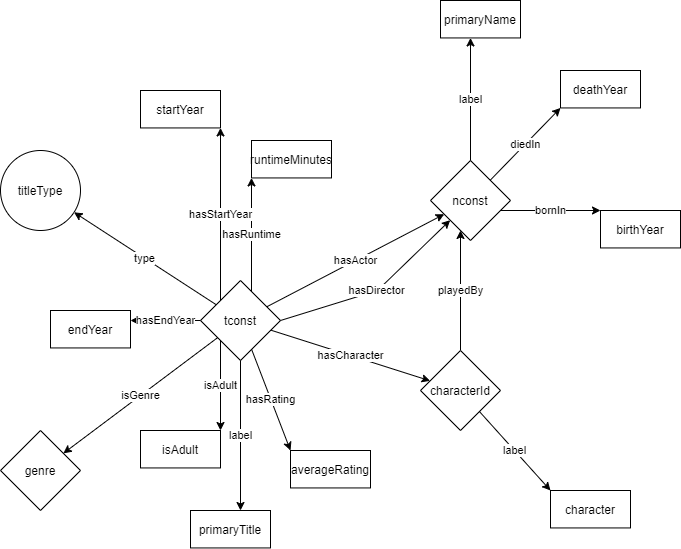
Before: converted_data/images/overview.png, a diagram exported from draw.io (AlexHoorn/MovieLocationsOntology). Source tidied: cells renumbered, new cells last; positions are measured from the earlier drawing's top-left corner, leaving out a move shared by most shapes.
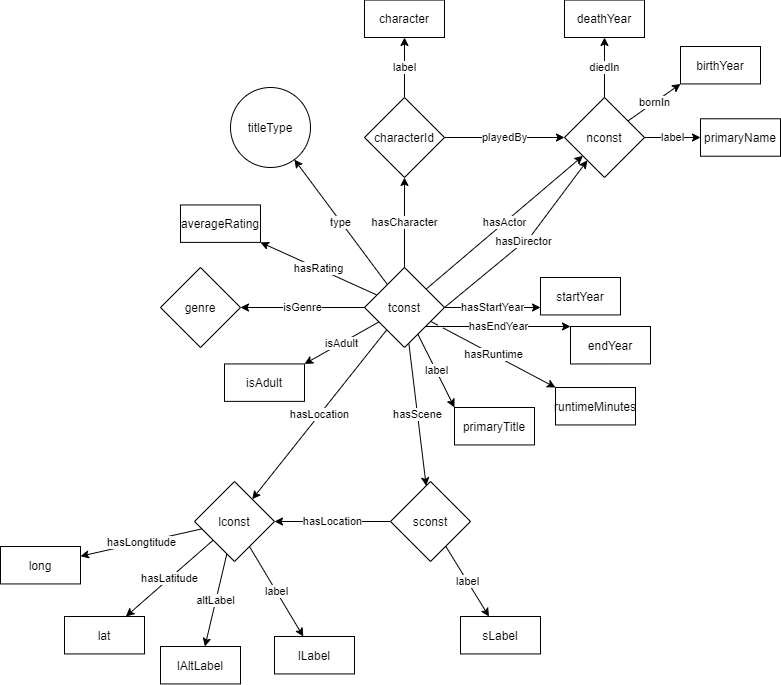
After the commit.

What changed in the source:
```diff
@@ -5,8 +5,14 @@
     <mxCell id="2" value="hasActor" style="edgeStyle=orthogonalEdgeStyle;rounded=0;jumpStyle=gap;jettySize=auto;html=1;noEdgeStyle=1;orthogonal=1;" parent="1" edge="1" source="3" target="10">
       <mxGeometry relative="1" as="geometry" />
     </mxCell>
+    <mxCell id="33" value="hasScene" style="edgeStyle=orthogonalEdgeStyle;rounded=0;jettySize=auto;html=1;noEdgeStyle=1;" parent="1" edge="1" source="3" target="37">
+      <mxGeometry relative="1" as="geometry" />
+    </mxCell>
+    <mxCell id="34" value="hasLocation" style="edgeStyle=orthogonalEdgeStyle;rounded=0;jettySize=auto;html=1;noEdgeStyle=1;" parent="1" edge="1" source="3" target="42">
+      <mxGeometry relative="1" as="geometry" />
+    </mxCell>
     <mxCell id="3" value="tconst" style="rhombus;whiteSpace=wrap;html=1;" parent="1" vertex="1">
-      <mxGeometry x="200" y="280" width="80" height="80" as="geometry" />
+      <mxGeometry x="331" y="321" width="80" height="80" as="geometry" />
     </mxCell>
     <mxCell id="4" value="hasCharacter" style="edgeStyle=orthogonalEdgeStyle;rounded=0;jettySize=auto;html=1;noEdgeStyle=1;orthogonal=1;jumpStyle=gap;" parent="1" edge="1" source="3" target="7">
       <mxGeometry relative="1" as="geometry" />
@@ -18,26 +24,26 @@
       <mxGeometry relative="1" as="geometry" />
     </mxCell>
     <mxCell id="7" value="characterId" style="rhombus;whiteSpace=wrap;html=1;" parent="1" vertex="1">
-      <mxGeometry x="420" y="350" width="80" height="80" as="geometry" />
+      <mxGeometry x="331" y="151" width="80" height="80" as="geometry" />
     </mxCell>
     <mxCell id="8" value="character" style="rounded=0;whiteSpace=wrap;html=1;" parent="1" vertex="1">
-      <mxGeometry x="550" y="490" width="80" height="37.4" as="geometry" />
+      <mxGeometry x="331" y="53.6" width="80" height="37.4" as="geometry" />
     </mxCell>
     <mxCell id="9" value="hasDirector" style="edgeStyle=orthogonalEdgeStyle;rounded=0;jettySize=auto;html=1;noEdgeStyle=1;orthogonal=1;jumpStyle=gap;exitX=1;exitY=0.5;exitDx=0;exitDy=0;" parent="1" edge="1" source="3" target="10">
       <mxGeometry relative="1" as="geometry">
         <Array as="points">
-          <mxPoint x="377" y="290" />
+          <mxPoint x="497" y="290" />
         </Array>
       </mxGeometry>
     </mxCell>
     <mxCell id="10" value="nconst" style="rhombus;whiteSpace=wrap;html=1;" parent="1" vertex="1">
-      <mxGeometry x="430" y="160" width="80" height="80" as="geometry" />
+      <mxGeometry x="531" y="151" width="80" height="80" as="geometry" />
     </mxCell>
     <mxCell id="11" value="isGenre" style="edgeStyle=orthogonalEdgeStyle;rounded=0;jettySize=auto;html=1;noEdgeStyle=1;orthogonal=1;jumpStyle=gap;" parent="1" edge="1" source="3" target="12">
       <mxGeometry relative="1" as="geometry" />
     </mxCell>
     <mxCell id="12" value="genre" style="rhombus;whiteSpace=wrap;html=1;" parent="1" vertex="1">
-      <mxGeometry y="430" width="80" height="80" as="geometry" />
+      <mxGeometry x="127" y="321" width="80" height="80" as="geometry" />
     </mxCell>
     <mxCell id="13" value="label" style="edgeStyle=orthogonalEdgeStyle;rounded=0;jettySize=auto;html=1;noEdgeStyle=1;orthogonal=1;jumpStyle=gap;" parent="1" edge="1" source="10" target="16">
       <mxGeometry relative="1" as="geometry" />
@@ -49,13 +55,13 @@
       <mxGeometry relative="1" as="geometry" />
     </mxCell>
     <mxCell id="16" value="primaryName" style="rounded=0;whiteSpace=wrap;html=1;" parent="1" vertex="1">
-      <mxGeometry x="440" width="80" height="37.4" as="geometry" />
+      <mxGeometry x="667" y="172.3" width="80" height="37.4" as="geometry" />
     </mxCell>
     <mxCell id="17" value="birthYear" style="rounded=0;whiteSpace=wrap;html=1;" parent="1" vertex="1">
-      <mxGeometry x="600" y="210" width="80" height="37.4" as="geometry" />
+      <mxGeometry x="647" y="100" width="80" height="37.4" as="geometry" />
     </mxCell>
     <mxCell id="18" value="deathYear" style="rounded=0;whiteSpace=wrap;html=1;" parent="1" vertex="1">
-      <mxGeometry x="560" y="70" width="80" height="37.4" as="geometry" />
+      <mxGeometry x="531" y="53.6" width="80" height="37.4" as="geometry" />
     </mxCell>
     <mxCell id="19" value="type" style="edgeStyle=orthogonalEdgeStyle;rounded=0;jettySize=auto;html=1;noEdgeStyle=1;orthogonal=1;jumpStyle=gap;" parent="1" edge="1" source="3" target="26">
       <mxGeometry relative="1" as="geometry" />
@@ -79,25 +85,64 @@
       <mxGeometry relative="1" as="geometry" />
     </mxCell>
     <mxCell id="26" value="titleType" style="ellipse;whiteSpace=wrap;html=1;" parent="1" vertex="1">
-      <mxGeometry y="150" width="80" height="80" as="geometry" />
+      <mxGeometry x="197" y="141" width="80" height="80" as="geometry" />
     </mxCell>
     <mxCell id="27" value="primaryTitle" style="rounded=0;whiteSpace=wrap;html=1;" parent="1" vertex="1">
-      <mxGeometry x="190" y="510" width="80" height="37.4" as="geometry" />
+      <mxGeometry x="421" y="461" width="80" height="37.4" as="geometry" />
     </mxCell>
     <mxCell id="28" value="isAdult" style="rounded=0;whiteSpace=wrap;html=1;" parent="1" vertex="1">
-      <mxGeometry x="140" y="430" width="80" height="37.4" as="geometry" />
+      <mxGeometry x="191" y="417.4" width="80" height="37.4" as="geometry" />
     </mxCell>
     <mxCell id="29" value="startYear" style="rounded=0;whiteSpace=wrap;html=1;" parent="1" vertex="1">
-      <mxGeometry x="140" y="90" width="80" height="37.4" as="geometry" />
+      <mxGeometry x="507" y="331" width="80" height="37.4" as="geometry" />
     </mxCell>
     <mxCell id="30" value="endYear" style="rounded=0;whiteSpace=wrap;html=1;" parent="1" vertex="1">
-      <mxGeometry x="50" y="310" width="80" height="37.4" as="geometry" />
+      <mxGeometry x="537" y="380" width="80" height="37.4" as="geometry" />
     </mxCell>
     <mxCell id="31" value="runtimeMinutes" style="rounded=0;whiteSpace=wrap;html=1;" parent="1" vertex="1">
-      <mxGeometry x="251" y="140" width="80" height="37.4" as="geometry" />
+      <mxGeometry x="522" y="441" width="80" height="37.4" as="geometry" />
     </mxCell>
     <mxCell id="32" value="averageRating" style="rounded=0;whiteSpace=wrap;html=1;" parent="1" vertex="1">
-      <mxGeometry x="290" y="450" width="80" height="37.4" as="geometry" />
+      <mxGeometry x="147" y="258.4" width="80" height="37.4" as="geometry" />
     </mxCell>
+    <mxCell id="35" value="hasLocation" style="edgeStyle=orthogonalEdgeStyle;rounded=0;jettySize=auto;html=1;noEdgeStyle=1;" parent="1" edge="1" source="37" target="42">
+      <mxGeometry relative="1" as="geometry" />
+    </mxCell>
+    <mxCell id="36" value="label" style="edgeStyle=orthogonalEdgeStyle;rounded=0;jettySize=auto;html=1;noEdgeStyle=1;" parent="1" edge="1" source="37" target="43">
+      <mxGeometry relative="1" as="geometry" />
+    </mxCell>
+    <mxCell id="37" value="sconst" style="rhombus;whiteSpace=wrap;html=1;" parent="1" vertex="1">
+      <mxGeometry x="357" y="535" width="80" height="80" as="geometry" />
+    </mxCell>
+    <mxCell id="38" value="label" style="edgeStyle=orthogonalEdgeStyle;rounded=0;jettySize=auto;html=1;noEdgeStyle=1;" parent="1" edge="1" source="42" target="44">
+      <mxGeometry relative="1" as="geometry" />
+    </mxCell>
+    <mxCell id="39" value="altLabel" style="edgeStyle=orthogonalEdgeStyle;rounded=0;jettySize=auto;html=1;noEdgeStyle=1;" parent="1" edge="1" source="42" target="45">
+      <mxGeometry relative="1" as="geometry" />
+    </mxCell>
+    <mxCell id="40" value="hasLongtitude" style="edgeStyle=orthogonalEdgeStyle;rounded=0;jettySize=auto;html=1;noEdgeStyle=1;" parent="1" edge="1" source="42" target="46">
+      <mxGeometry relative="1" as="geometry" />
+    </mxCell>
+    <mxCell id="41" value="hasLatitude" style="edgeStyle=orthogonalEdgeStyle;rounded=0;jettySize=auto;html=1;noEdgeStyle=1;" parent="1" edge="1" source="42" target="47">
+      <mxGeometry relative="1" as="geometry" />
+    </mxCell>
+    <mxCell id="42" value="lconst" style="rhombus;whiteSpace=wrap;html=1;" parent="1" vertex="1">
+      <mxGeometry x="161" y="535" width="80" height="80" as="geometry" />
+    </mxCell>
+    <mxCell id="43" value="sLabel" style="rounded=0;whiteSpace=wrap;html=1;" parent="1" vertex="1">
+      <mxGeometry x="427" y="670" width="80" height="37.4" as="geometry" />
+    </mxCell>
+    <mxCell id="44" value="lLabel" style="rounded=0;whiteSpace=wrap;html=1;" parent="1" vertex="1">
+      <mxGeometry x="241" y="690" width="80" height="37.4" as="geometry" />
+    </mxCell>
+    <mxCell id="45" value="lAltLabel" style="rounded=0;whiteSpace=wrap;html=1;" parent="1" vertex="1">
+      <mxGeometry x="127" y="700" width="80" height="37.4" as="geometry" />
+    </mxCell>
+    <mxCell id="46" value="long" style="rounded=0;whiteSpace=wrap;html=1;" parent="1" vertex="1">
+      <mxGeometry x="-33" y="600" width="80" height="37.4" as="geometry" />
+    </mxCell>
+    <mxCell id="47" value="lat" style="rounded=0;whiteSpace=wrap;html=1;" parent="1" vertex="1">
+      <mxGeometry x="31" y="670" width="80" height="37.4" as="geometry" />
+    </mxCell>
   </root>
 </mxGraphModel>
```
